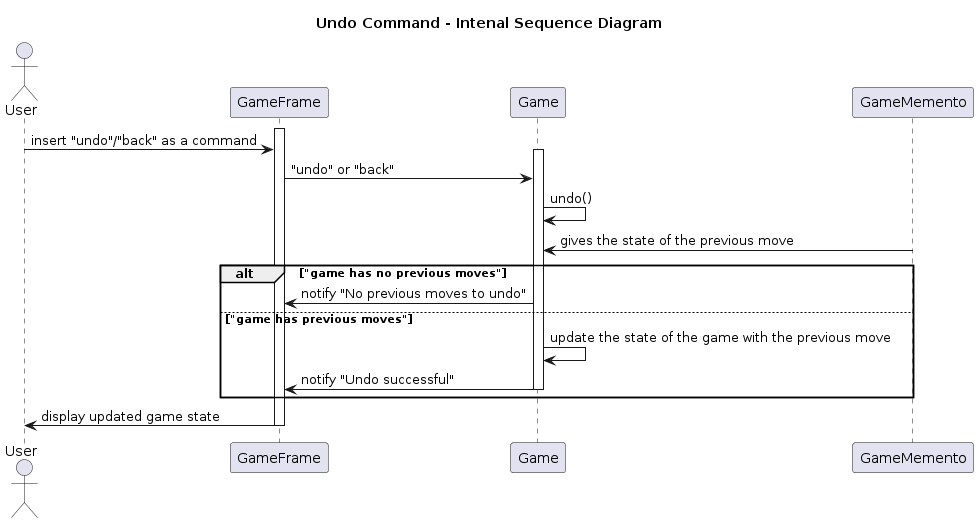
Before: docs/uml/UndoInternalSequenceDiagram.png, a diagram exported from PlantUML (nardib/TextAdventure). The source it was exported from:
```plantuml
@startuml
title Undo Command - Intenal Sequence Diagram

actor User
participant GameFrame
participant Game
participant GameMemento

activate GameFrame
User -> GameFrame : insert "undo"/"back" as a command

activate Game
GameFrame -> Game : "undo" or "back"

Game -> Game : undo()
GameMemento -> Game : gives the state of the previous move
alt "game has no previous moves"
    Game -> GameFrame : notify "No previous moves to undo"
else "game has previous moves"
    Game -> Game : update the state of the game with the previous move

    Game -> GameFrame : notify "Undo successful"
deactivate Game
end

GameFrame -> User : display updated game state

deactivate GameFrame
@enduml
```
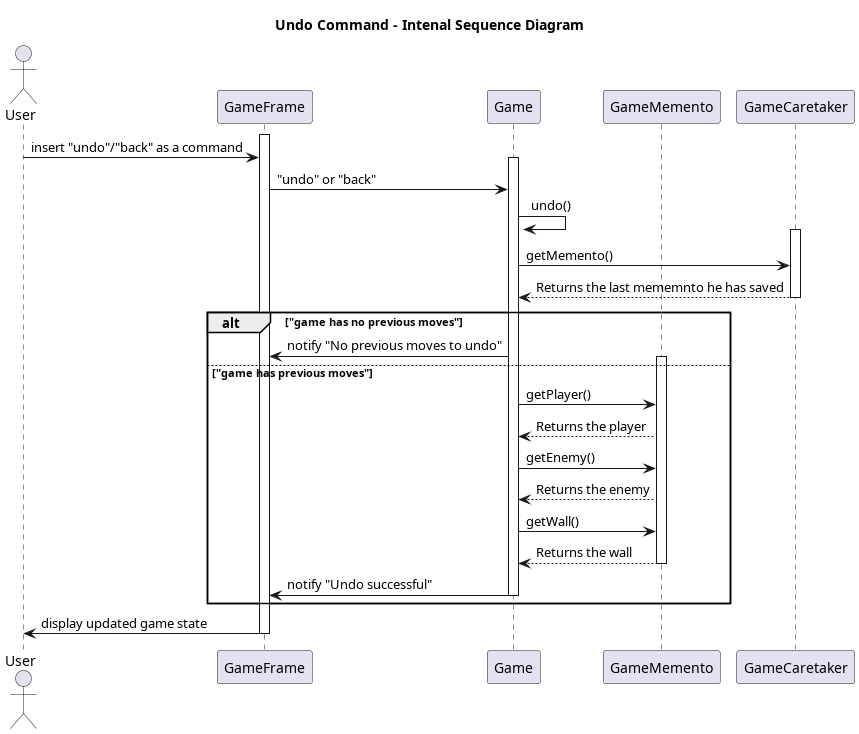
After the commit.

Diff of the diagram source:
```diff
@@ -1,10 +1,12 @@
-@startuml
+@startuml Undo
+
 title Undo Command - Intenal Sequence Diagram
 
 actor User
 participant GameFrame
 participant Game
 participant GameMemento
+participant GameCaretaker
 
 activate GameFrame
 User -> GameFrame : insert "undo"/"back" as a command
@@ -13,11 +15,22 @@
 GameFrame -> Game : "undo" or "back"
 
 Game -> Game : undo()
-GameMemento -> Game : gives the state of the previous move
+activate GameCaretaker
+Game -> GameCaretaker : getMemento()
+GameCaretaker --> Game : Returns the last mememnto he has saved
+deactivate GameCaretaker
+
 alt "game has no previous moves"
     Game -> GameFrame : notify "No previous moves to undo"
 else "game has previous moves"
-    Game -> Game : update the state of the game with the previous move
+    activate GameMemento
+    Game -> GameMemento : getPlayer()
+    GameMemento --> Game : Returns the player
+    Game -> GameMemento : getEnemy()
+    GameMemento --> Game : Returns the enemy
+    Game -> GameMemento : getWall()
+    GameMemento --> Game : Returns the wall
+    deactivate GameMemento
 
     Game -> GameFrame : notify "Undo successful"
 deactivate Game
@@ -26,4 +39,5 @@
 GameFrame -> User : display updated game state
 
 deactivate GameFrame
+
 @enduml
```
